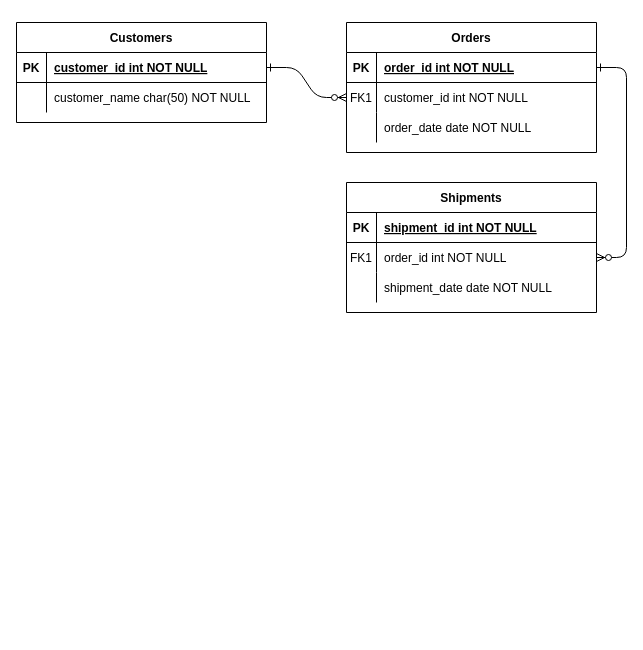
Above: Untitled Diagram.drawio in GurramkondaYaswanth/Health-Insurance (draw.io), before the change. Source tidied: cells renumbered, new cells numbered last; positions are measured from the earlier drawing's top-left corner, leaving out a move shared by most shapes. Both pictures are drawn from the tidied source at 100%, with x=0, y=0 at pixel (16, 22).
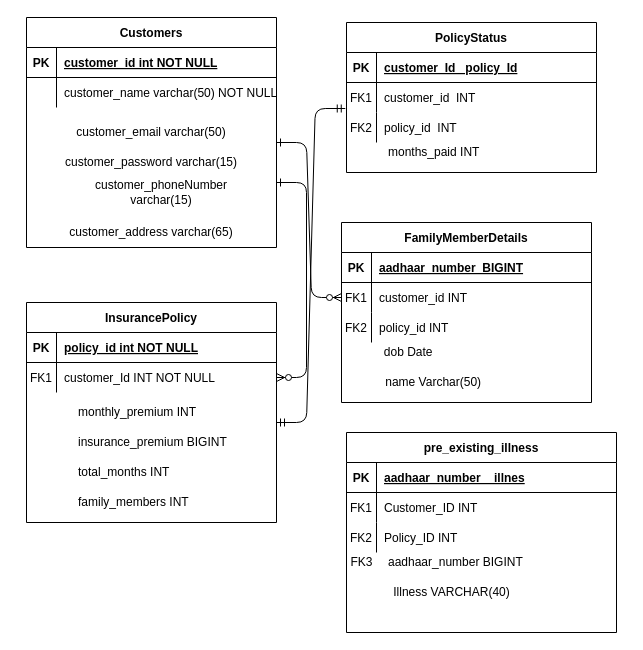
Above is the later version.

Unchanged cells that the change refers to:
```xml
<mxCell id="5" style="shape=partialRectangle;fillColor=none;points=[[0,0.5],[1,0.5]];portConstraint=eastwest;top=0;left=0;right=0;bottom=1;" parent="4" vertex="1">
  <mxGeometry y="30" width="250" height="30" as="geometry" />
</mxCell>
<mxCell id="8" style="shape=partialRectangle;fillColor=none;points=[[0,0.5],[1,0.5]];portConstraint=eastwest;top=0;left=0;right=0;bottom=0;" parent="4" vertex="1">
  <mxGeometry y="60" width="250" height="30" as="geometry" />
</mxCell>
<mxCell id="11" style="shape=partialRectangle;fillColor=none;top=0;left=0;right=0;bottom=0;" parent="4" vertex="1">
  <mxGeometry y="90" width="250" height="30" as="geometry" />
</mxCell>
<mxCell id="15" style="shape=partialRectangle;fillColor=none;top=0;left=0;right=0;bottom=1;" parent="14" vertex="1">
  <mxGeometry y="30" width="250" height="30" as="geometry" />
</mxCell>
<mxCell id="18" style="shape=partialRectangle;fillColor=none;points=[[0,0.5],[1,0.5]];portConstraint=eastwest;top=0;left=0;right=0;bottom=0;" parent="14" vertex="1">
  <mxGeometry y="60" width="250" height="30" as="geometry" />
</mxCell>
<mxCell id="21" style="shape=partialRectangle;fillColor=none;top=0;left=0;right=0;bottom=0;" parent="14" vertex="1">
  <mxGeometry y="90" width="250" height="30" as="geometry" />
</mxCell>
<mxCell id="25" style="shape=partialRectangle;fillColor=none;points=[[0,0.5],[1,0.5]];portConstraint=eastwest;top=0;left=0;right=0;bottom=1;" parent="24" vertex="1">
  <mxGeometry y="30" width="250" height="30" as="geometry" />
</mxCell>
<mxCell id="28" style="shape=partialRectangle;fillColor=none;points=[[0,0.5],[1,0.5]];portConstraint=eastwest;top=0;left=0;right=0;bottom=0;" parent="24" vertex="1">
  <mxGeometry y="60" width="250" height="30" as="geometry" />
</mxCell>
```

What changed in the source:
```diff
@@
-    <mxCell id="2" style="edgeStyle=entityRelationEdgeStyle;endArrow=ERzeroToMany;startArrow=ERone;endFill=1;startFill=0;" parent="1" edge="1" source="25" target="8">
-      <mxGeometry relative="1" as="geometry" />
-    </mxCell>
-    <mxCell id="3" style="edgeStyle=entityRelationEdgeStyle;endArrow=ERzeroToMany;startArrow=ERone;endFill=1;startFill=0;" parent="1" edge="1" source="5" target="18">
-      <mxGeometry relative="1" as="geometry" />
+    <mxCell id="3" style="edgeStyle=entityRelationEdgeStyle;endArrow=ERzeroToMany;startArrow=ERone;endFill=1;startFill=0;" parent="1" edge="1" target="18">
+      <mxGeometry relative="1" as="geometry">
+        <mxPoint x="260" y="120" as="sourcePoint" />
+      </mxGeometry>
     </mxCell>
-    <mxCell id="4" value="Orders" style="shape=table;startSize=30;childLayout=tableLayout;rowLines=0;fontStyle=1;align=center;" parent="1" vertex="1">
-      <mxGeometry x="330" width="250" height="130" as="geometry" />
+    <mxCell id="4" value="PolicyStatus" style="shape=table;startSize=30;childLayout=tableLayout;rowLines=0;fontStyle=1;align=center;" parent="1" vertex="1">
+      <mxGeometry x="330" width="250" height="150" as="geometry" />
     </mxCell>
@@
-    <mxCell id="7" value="order_id int NOT NULL " style="shape=partialRectangle;overflow=hidden;fillColor=none;top=0;left=0;bottom=0;right=0;align=left;spacingLeft=6;fontStyle=5;" parent="5" vertex="1">
+    <mxCell id="7" value="customer_Id   policy_Id" style="shape=partialRectangle;overflow=hidden;fillColor=none;top=0;left=0;bottom=0;right=0;align=left;spacingLeft=6;fontStyle=5;" parent="5" vertex="1">
       <mxGeometry x="30" width="220" height="30" as="geometry" />
     </mxCell>
@@
-    <mxCell id="10" value="customer_id int NOT NULL" style="shape=partialRectangle;overflow=hidden;fillColor=none;top=0;left=0;bottom=0;right=0;align=left;spacingLeft=6;" parent="8" vertex="1">
+    <mxCell id="10" value="customer_id  INT" style="shape=partialRectangle;overflow=hidden;fillColor=none;top=0;left=0;bottom=0;right=0;align=left;spacingLeft=6;" parent="8" vertex="1">
       <mxGeometry x="30" width="220" height="30" as="geometry" />
     </mxCell>
@@
-    <mxCell id="12" style="shape=partialRectangle;overflow=hidden;fillColor=none;top=0;left=0;bottom=0;right=0;" parent="11" vertex="1">
+    <mxCell id="12" value="FK2" style="shape=partialRectangle;overflow=hidden;fillColor=none;top=0;left=0;bottom=0;right=0;" parent="11" vertex="1">
       <mxGeometry width="30" height="30" as="geometry" />
     </mxCell>
-    <mxCell id="13" value="order_date date NOT NULL" style="shape=partialRectangle;overflow=hidden;fillColor=none;top=0;left=0;bottom=0;right=0;align=left;spacingLeft=6;" parent="11" vertex="1">
+    <mxCell id="13" value="policy_id  INT" style="shape=partialRectangle;overflow=hidden;fillColor=none;top=0;left=0;bottom=0;right=0;align=left;spacingLeft=6;" parent="11" vertex="1">
       <mxGeometry x="30" width="220" height="30" as="geometry" />
     </mxCell>
-    <mxCell id="14" value="Shipments" style="shape=table;startSize=30;childLayout=tableLayout;rowLines=0;fontStyle=1;align=center;" parent="1" vertex="1">
-      <mxGeometry x="330" y="160" width="250" height="130" as="geometry" />
+    <mxCell id="14" value="FamilyMemberDetails" style="shape=table;startSize=30;childLayout=tableLayout;rowLines=0;fontStyle=1;align=center;" parent="1" vertex="1">
+      <mxGeometry x="325" y="200" width="250" height="180" as="geometry" />
     </mxCell>
@@
-    <mxCell id="17" value="shipment_id int NOT NULL " style="shape=partialRectangle;overflow=hidden;fillColor=none;top=0;left=0;bottom=0;right=0;align=left;spacingLeft=6;fontStyle=5;" parent="15" vertex="1">
+    <mxCell id="17" value="aadhaar_number  BIGINT" style="shape=partialRectangle;overflow=hidden;fillColor=none;top=0;left=0;bottom=0;right=0;align=left;spacingLeft=6;fontStyle=5;" parent="15" vertex="1">
       <mxGeometry x="30" width="220" height="30" as="geometry" />
     </mxCell>
@@
-    <mxCell id="20" value="order_id int NOT NULL" style="shape=partialRectangle;overflow=hidden;fillColor=none;top=0;left=0;bottom=0;right=0;align=left;spacingLeft=6;" parent="18" vertex="1">
+    <mxCell id="20" value="customer_id INT" style="shape=partialRectangle;overflow=hidden;fillColor=none;top=0;left=0;bottom=0;right=0;align=left;spacingLeft=6;" parent="18" vertex="1">
       <mxGeometry x="30" width="220" height="30" as="geometry" />
     </mxCell>
@@
-    <mxCell id="22" style="shape=partialRectangle;overflow=hidden;fillColor=none;top=0;left=0;bottom=0;right=0;" parent="21" vertex="1">
+    <mxCell id="22" value="FK2" style="shape=partialRectangle;overflow=hidden;fillColor=none;top=0;left=0;bottom=0;right=0;" parent="21" vertex="1">
       <mxGeometry width="30" height="30" as="geometry" />
     </mxCell>
-    <mxCell id="23" value="shipment_date date NOT NULL" style="shape=partialRectangle;overflow=hidden;fillColor=none;top=0;left=0;bottom=0;right=0;align=left;spacingLeft=6;" parent="21" vertex="1">
+    <mxCell id="23" value="policy_id INT" style="shape=partialRectangle;overflow=hidden;fillColor=none;top=0;left=0;bottom=0;right=0;align=left;spacingLeft=6;" parent="21" vertex="1">
       <mxGeometry x="30" width="220" height="30" as="geometry" />
     </mxCell>
-    <mxCell id="24" value="Customers" style="shape=table;startSize=30;childLayout=tableLayout;rowLines=0;fontStyle=1;align=center;" parent="1" vertex="1">
-      <mxGeometry width="250" height="100" as="geometry" />
+    <mxCell id="24" value="InsurancePolicy" style="shape=table;startSize=30;childLayout=tableLayout;rowLines=0;fontStyle=1;align=center;" parent="1" vertex="1">
+      <mxGeometry x="10" y="280" width="250" height="220" as="geometry" />
     </mxCell>
@@
-    <mxCell id="27" value="customer_id int NOT NULL " style="shape=partialRectangle;overflow=hidden;fillColor=none;top=0;left=0;bottom=0;right=0;align=left;spacingLeft=6;fontStyle=5;" parent="25" vertex="1">
+    <mxCell id="27" value="policy_id int NOT NULL " style="shape=partialRectangle;overflow=hidden;fillColor=none;top=0;left=0;bottom=0;right=0;align=left;spacingLeft=6;fontStyle=5;" parent="25" vertex="1">
       <mxGeometry x="30" width="220" height="30" as="geometry" />
     </mxCell>
@@
-    <mxCell id="29" style="shape=partialRectangle;overflow=hidden;fillColor=none;top=0;left=0;bottom=0;right=0;" parent="28" vertex="1">
+    <mxCell id="29" value="FK1" style="shape=partialRectangle;overflow=hidden;fillColor=none;top=0;left=0;bottom=0;right=0;" parent="28" vertex="1">
       <mxGeometry width="30" height="30" as="geometry" />
     </mxCell>
-    <mxCell id="30" value="customer_name char(50) NOT NULL" style="shape=partialRectangle;overflow=hidden;fillColor=none;top=0;left=0;bottom=0;right=0;align=left;spacingLeft=6;" parent="28" vertex="1">
+    <mxCell id="30" value="customer_Id INT NOT NULL" style="shape=partialRectangle;overflow=hidden;fillColor=none;top=0;left=0;bottom=0;right=0;align=left;spacingLeft=6;" parent="28" vertex="1">
       <mxGeometry x="30" width="220" height="30" as="geometry" />
     </mxCell>
+    <mxCell id="31" value="customer_email varchar(50)" style="text;html=1;strokeColor=none;fillColor=none;align=center;verticalAlign=middle;whiteSpace=wrap;rounded=0;" parent="1" vertex="1">
+      <mxGeometry x="40" y="100" width="190" height="20" as="geometry" />
+    </mxCell>
+    <mxCell id="32" value="customer_password varchar(15)" style="text;html=1;strokeColor=none;fillColor=none;align=center;verticalAlign=middle;whiteSpace=wrap;rounded=0;" parent="1" vertex="1">
+      <mxGeometry x="40" y="130" width="190" height="20" as="geometry" />
+    </mxCell>
+    <mxCell id="33" value="customer_phoneNumber varchar(15)" style="text;html=1;strokeColor=none;fillColor=none;align=center;verticalAlign=middle;whiteSpace=wrap;rounded=0;" parent="1" vertex="1">
+      <mxGeometry x="50" y="160" width="190" height="20" as="geometry" />
+    </mxCell>
+    <mxCell id="34" value="customer_address varchar(65)" style="text;html=1;strokeColor=none;fillColor=none;align=center;verticalAlign=middle;whiteSpace=wrap;rounded=0;" parent="1" vertex="1">
+      <mxGeometry x="40" y="200" width="190" height="20" as="geometry" />
+    </mxCell>
+    <mxCell id="35" value="Customers" style="shape=table;startSize=30;childLayout=tableLayout;rowLines=0;fontStyle=1;align=center;" parent="1" vertex="1">
+      <mxGeometry x="10" y="-5" width="250" height="230" as="geometry" />
+    </mxCell>
+    <mxCell id="36" style="shape=partialRectangle;fillColor=none;top=0;left=0;right=0;bottom=1;" parent="35" vertex="1">
+      <mxGeometry y="30" width="250" height="30" as="geometry" />
+    </mxCell>
+    <mxCell id="37" value="PK" style="shape=partialRectangle;overflow=hidden;fillColor=none;top=0;left=0;bottom=0;right=0;fontStyle=1;" parent="36" vertex="1">
+      <mxGeometry width="30" height="30" as="geometry" />
+    </mxCell>
+    <mxCell id="38" value="customer_id int NOT NULL " style="shape=partialRectangle;overflow=hidden;fillColor=none;top=0;left=0;bottom=0;right=0;align=left;spacingLeft=6;fontStyle=5;" parent="36" vertex="1">
+      <mxGeometry x="30" width="220" height="30" as="geometry" />
+    </mxCell>
+    <mxCell id="39" style="shape=partialRectangle;fillColor=none;top=0;left=0;right=0;bottom=0;" parent="35" vertex="1">
+      <mxGeometry y="60" width="250" height="30" as="geometry" />
+    </mxCell>
+    <mxCell id="40" style="shape=partialRectangle;overflow=hidden;fillColor=none;top=0;left=0;bottom=0;right=0;" parent="39" vertex="1">
+      <mxGeometry width="30" height="30" as="geometry" />
+    </mxCell>
+    <mxCell id="41" value="customer_name varchar(50) NOT NULL" style="shape=partialRectangle;overflow=hidden;fillColor=none;top=0;left=0;bottom=0;right=0;align=left;spacingLeft=6;" parent="39" vertex="1">
+      <mxGeometry x="30" width="220" height="30" as="geometry" />
+    </mxCell>
+    <mxCell id="42" style="edgeStyle=entityRelationEdgeStyle;endArrow=ERzeroToMany;startArrow=ERone;endFill=1;startFill=0;entryX=1;entryY=0.5;entryDx=0;entryDy=0;" parent="1" edge="1" target="28">
+      <mxGeometry relative="1" as="geometry">
+        <mxPoint x="260" y="160" as="sourcePoint" />
+      </mxGeometry>
+    </mxCell>
+    <mxCell id="43" value="monthly_premium INT" style="text;html=1;strokeColor=none;fillColor=none;align=left;verticalAlign=middle;whiteSpace=wrap;rounded=0;" parent="1" vertex="1">
+      <mxGeometry x="60" y="380" width="130" height="20" as="geometry" />
+    </mxCell>
+    <mxCell id="44" value="insurance_premium BIGINT" style="text;html=1;strokeColor=none;fillColor=none;align=left;verticalAlign=middle;whiteSpace=wrap;rounded=0;" parent="1" vertex="1">
+      <mxGeometry x="60" y="410" width="170" height="20" as="geometry" />
+    </mxCell>
+    <mxCell id="45" value="total_months INT" style="text;html=1;strokeColor=none;fillColor=none;align=left;verticalAlign=middle;whiteSpace=wrap;rounded=0;" parent="1" vertex="1">
+      <mxGeometry x="60" y="440" width="150" height="20" as="geometry" />
+    </mxCell>
+    <mxCell id="46" value="months_paid INT" style="text;html=1;strokeColor=none;fillColor=none;align=left;verticalAlign=middle;whiteSpace=wrap;rounded=0;" parent="1" vertex="1">
+      <mxGeometry x="370" y="120" width="100" height="20" as="geometry" />
+    </mxCell>
+    <mxCell id="47" value="family_members INT" style="text;html=1;strokeColor=none;fillColor=none;align=left;verticalAlign=middle;whiteSpace=wrap;rounded=0;" parent="1" vertex="1">
+      <mxGeometry x="60" y="470" width="150" height="20" as="geometry" />
+    </mxCell>
+    <mxCell id="48" value="pre_existing_illness" style="shape=table;startSize=30;childLayout=tableLayout;rowLines=0;fontStyle=1;align=center;" parent="1" vertex="1">
+      <mxGeometry x="330" y="410" width="270" height="200" as="geometry" />
+    </mxCell>
+    <mxCell id="49" style="shape=partialRectangle;fillColor=none;top=0;left=0;right=0;bottom=1;" parent="48" vertex="1">
+      <mxGeometry y="30" width="270" height="30" as="geometry" />
+    </mxCell>
+    <mxCell id="50" value="PK" style="shape=partialRectangle;overflow=hidden;fillColor=none;top=0;left=0;bottom=0;right=0;fontStyle=1;" parent="49" vertex="1">
+      <mxGeometry width="30" height="30" as="geometry" />
+    </mxCell>
+    <mxCell id="51" value="aadhaar_number    illnes" style="shape=partialRectangle;overflow=hidden;fillColor=none;top=0;left=0;bottom=0;right=0;align=left;spacingLeft=6;fontStyle=5;" parent="49" vertex="1">
+      <mxGeometry x="30" width="240" height="30" as="geometry" />
+    </mxCell>
+    <mxCell id="52" style="shape=partialRectangle;fillColor=none;top=0;left=0;right=0;bottom=0;" parent="48" vertex="1">
+      <mxGeometry y="60" width="270" height="30" as="geometry" />
+    </mxCell>
+    <mxCell id="53" value="FK1" style="shape=partialRectangle;overflow=hidden;fillColor=none;top=0;left=0;bottom=0;right=0;" parent="52" vertex="1">
+      <mxGeometry width="30" height="30" as="geometry" />
+    </mxCell>
+    <mxCell id="54" value="Customer_ID INT" style="shape=partialRectangle;overflow=hidden;fillColor=none;top=0;left=0;bottom=0;right=0;align=left;spacingLeft=6;" parent="52" vertex="1">
+      <mxGeometry x="30" width="240" height="30" as="geometry" />
+    </mxCell>
+    <mxCell id="55" style="shape=partialRectangle;fillColor=none;top=0;left=0;right=0;bottom=0;" parent="48" vertex="1">
+      <mxGeometry y="90" width="270" height="30" as="geometry" />
+    </mxCell>
+    <mxCell id="56" value="FK2" style="shape=partialRectangle;overflow=hidden;fillColor=none;top=0;left=0;bottom=0;right=0;" parent="55" vertex="1">
+      <mxGeometry width="30" height="30" as="geometry" />
+    </mxCell>
+    <mxCell id="57" value="Policy_ID INT" style="shape=partialRectangle;overflow=hidden;fillColor=none;top=0;left=0;bottom=0;right=0;align=left;spacingLeft=6;" parent="55" vertex="1">
+      <mxGeometry x="30" width="240" height="30" as="geometry" />
+    </mxCell>
+    <mxCell id="58" value="&amp;nbsp; &amp;nbsp;FK3" style="text;html=1;align=center;verticalAlign=middle;" parent="1" vertex="1">
+      <mxGeometry x="315" y="530" width="50" height="20" as="geometry" />
+    </mxCell>
+    <mxCell id="59" value="aadhaar_number BIGINT" style="text;html=1;align=left;verticalAlign=middle;" parent="1" vertex="1">
+      <mxGeometry x="370" y="530" width="150" height="20" as="geometry" />
+    </mxCell>
+    <mxCell id="60" value="Illness VARCHAR(40)" style="text;html=1;align=center;verticalAlign=middle;" parent="1" vertex="1">
+      <mxGeometry x="370" y="560" width="130" height="20" as="geometry" />
+    </mxCell>
+    <mxCell id="61" style="edgeStyle=entityRelationEdgeStyle;fontSize=12;html=1;endArrow=ERmandOne;startArrow=ERmandOne;entryX=-0.005;entryY=0.867;entryDx=0;entryDy=0;entryPerimeter=0;" parent="1" edge="1" target="8">
+      <mxGeometry relative="1" as="geometry">
+        <mxPoint x="260" y="400" as="sourcePoint" />
+      </mxGeometry>
+    </mxCell>
+    <mxCell id="62" value="&amp;nbsp; &amp;nbsp; &amp;nbsp; &amp;nbsp; &amp;nbsp; name Varchar(50)" style="text;html=1;align=center;verticalAlign=middle;" parent="1" vertex="1">
+      <mxGeometry x="330" y="350" width="140" height="20" as="geometry" />
+    </mxCell>
+    <mxCell id="63" value="&amp;nbsp; &amp;nbsp; &amp;nbsp; &amp;nbsp;dob Date" style="text;html=1;align=center;verticalAlign=middle;" parent="1" vertex="1">
+      <mxGeometry x="335" y="320" width="90" height="20" as="geometry" />
+    </mxCell>
```
